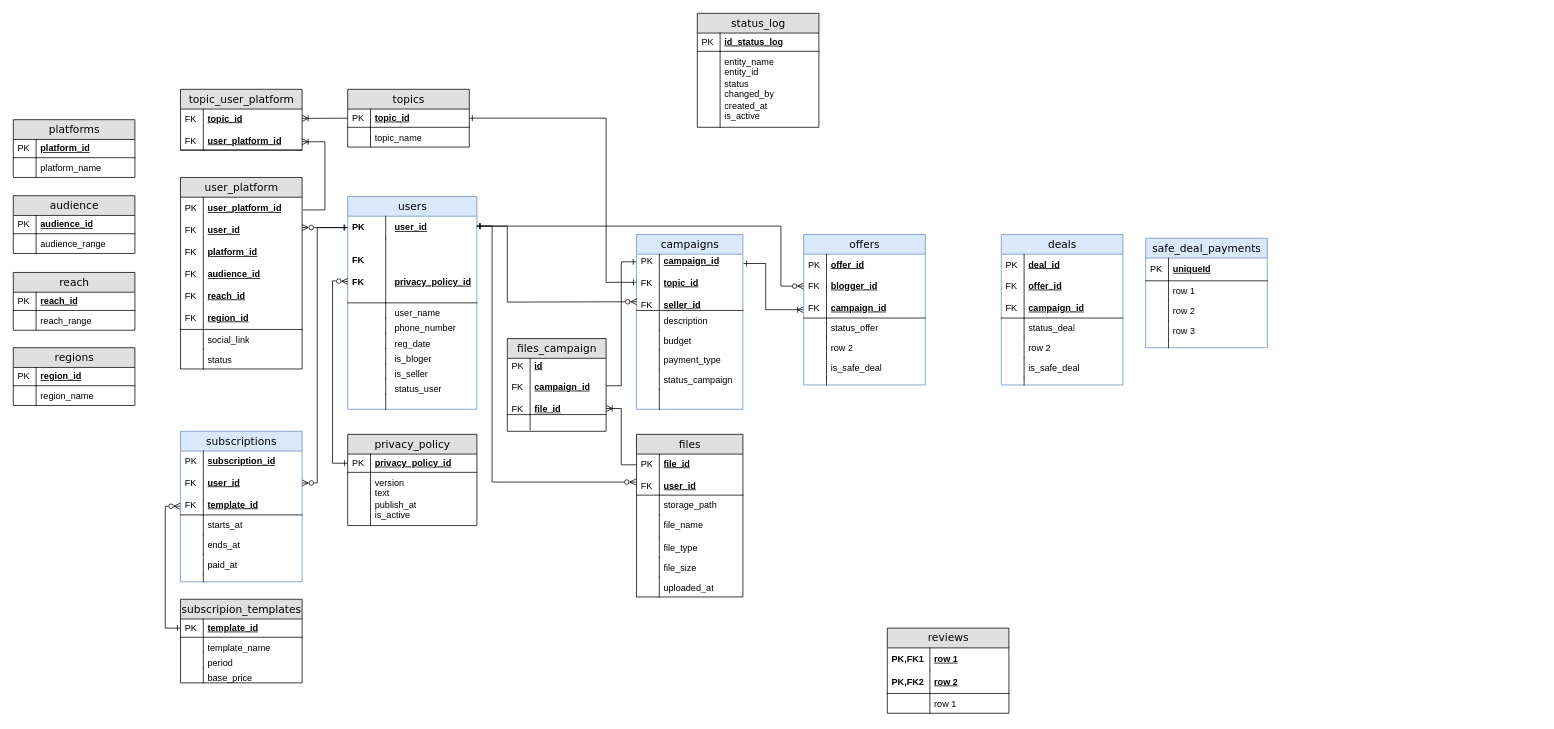
Earlier version of the draw.io diagram diagrams/erd.drawio.xml (NadezdaHope19/practice). Source tidied: cells renumbered, new cells numbered last; positions are measured from the earlier drawing's top-left corner, leaving out a move shared by most shapes. Both pictures are drawn from the tidied source at 76%, with x=0, y=0 at pixel (13, 13).
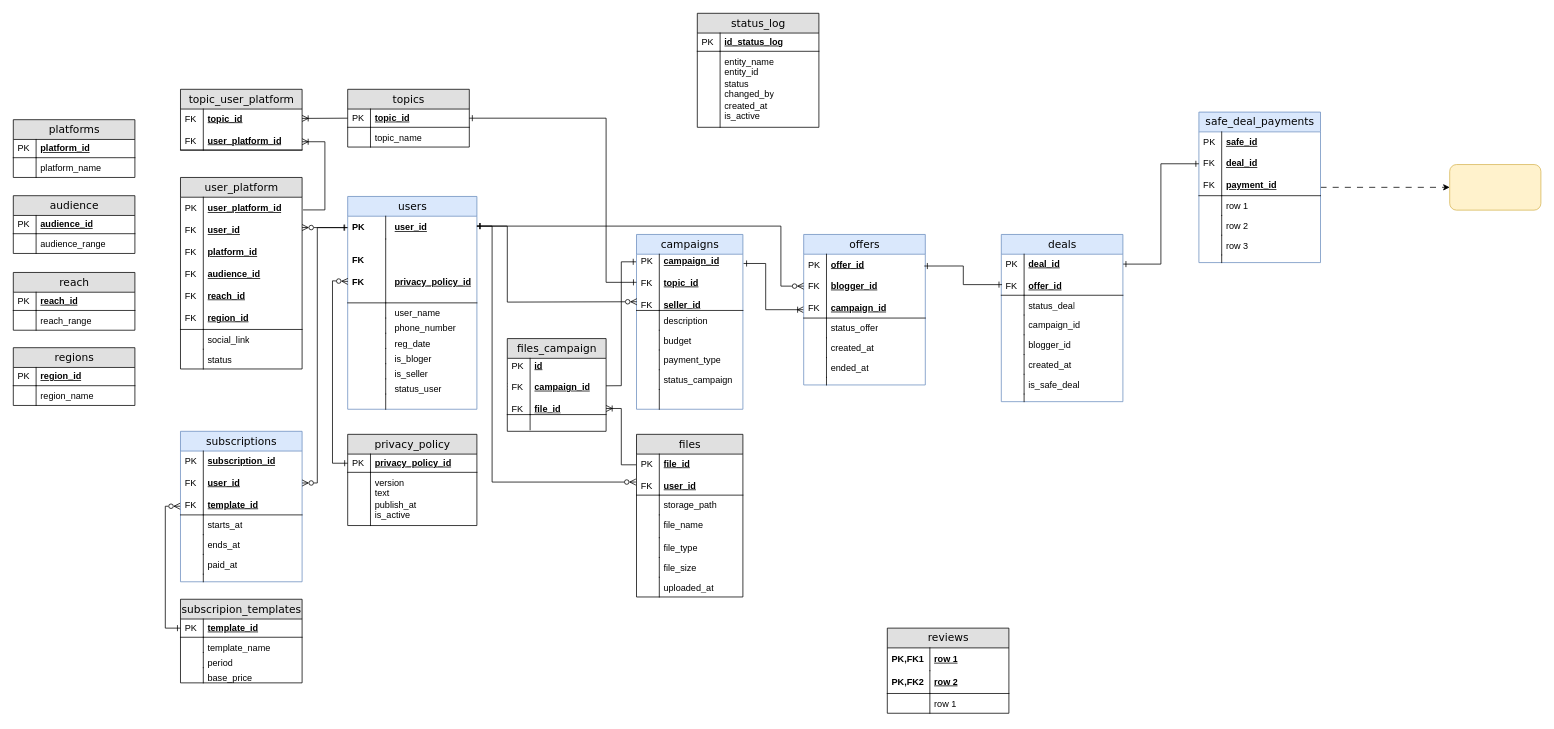
Above is the later version.

Unchanged cells that the change refers to:
```xml
<mxCell id="65" value="offers" style="swimlane;html=1;fontStyle=0;horizontal=1;startSize=26;fillColor=#dae8fc;swimlaneFillColor=#ffffff;align=center;rounded=0;shadow=0;comic=0;labelBackgroundColor=none;strokeWidth=1;fontFamily=Verdana;fontSize=14;strokeColor=#6c8ebf;" parent="1" vertex="1">
  <mxGeometry x="1040" y="291" width="160" height="198" as="geometry" />
</mxCell>
<mxCell id="66" value="offer_id&lt;div&gt;&lt;br&gt;&lt;/div&gt;&lt;div&gt;blogger_id&lt;br&gt;&lt;div&gt;&lt;br&gt;&lt;/div&gt;&lt;div&gt;campaign_id&lt;/div&gt;&lt;/div&gt;" style="shape=partialRectangle;top=0;left=0;right=0;bottom=1;html=1;align=left;verticalAlign=middle;fillColor=none;spacingLeft=34;spacingRight=4;whiteSpace=wrap;overflow=hidden;points=[[0,0.5],[1,0.5]];portConstraint=eastwest;fontStyle=5;" parent="65" vertex="1">
  <mxGeometry y="26" width="160" height="84" as="geometry" />
</mxCell>
```

What changed in the source:
```diff
@@
+    <mxCell id="170" style="edgeStyle=none;rounded=0;jettySize=auto;html=1;exitX=1;exitY=0.5;exitDx=0;exitDy=0;entryX=0;entryY=0.5;entryDx=0;entryDy=0;dashed=1;dashPattern=8 8;" parent="1" edge="1" source="36" target="177">
+      <mxGeometry relative="1" as="geometry" />
+    </mxCell>
     <mxCell id="36" value="safe_deal_payments" style="swimlane;html=1;fontStyle=0;horizontal=1;startSize=26;fillColor=#dae8fc;swimlaneFillColor=#ffffff;align=center;rounded=0;shadow=0;comic=0;labelBackgroundColor=none;strokeWidth=1;fontFamily=Verdana;fontSize=14;strokeColor=#6c8ebf;" parent="1" vertex="1">
-      <mxGeometry x="1490" y="296" width="160" height="144" as="geometry" />
+      <mxGeometry x="1560" y="130" width="160" height="198" as="geometry" />
     </mxCell>
-    <mxCell id="37" value="uniqueId" style="shape=partialRectangle;top=0;left=0;right=0;bottom=1;html=1;align=left;verticalAlign=middle;fillColor=none;spacingLeft=34;spacingRight=4;whiteSpace=wrap;overflow=hidden;points=[[0,0.5],[1,0.5]];portConstraint=eastwest;fontStyle=5;" parent="36" vertex="1">
-      <mxGeometry y="26" width="160" height="30" as="geometry" />
+    <mxCell id="37" value="safe_id&lt;div&gt;&lt;br&gt;&lt;/div&gt;&lt;div&gt;deal_id&lt;/div&gt;&lt;div&gt;&lt;br&gt;&lt;/div&gt;&lt;div&gt;payment_id&lt;/div&gt;" style="shape=partialRectangle;top=0;left=0;right=0;bottom=1;html=1;align=left;verticalAlign=middle;fillColor=none;spacingLeft=34;spacingRight=4;whiteSpace=wrap;overflow=hidden;points=[[0,0.5],[1,0.5]];portConstraint=eastwest;fontStyle=5;" parent="36" vertex="1">
+      <mxGeometry y="26" width="160" height="84" as="geometry" />
     </mxCell>
-    <mxCell id="38" value="PK" style="shape=partialRectangle;top=0;left=0;bottom=0;html=1;fillColor=none;align=left;verticalAlign=middle;spacingLeft=4;spacingRight=4;whiteSpace=wrap;overflow=hidden;" parent="37" vertex="1">
-      <mxGeometry width="30" height="30" as="geometry" />
+    <mxCell id="38" value="PK&lt;div&gt;&lt;br&gt;&lt;/div&gt;&lt;div&gt;FK&lt;/div&gt;&lt;div&gt;&lt;br&gt;&lt;/div&gt;&lt;div&gt;FK&lt;/div&gt;" style="shape=partialRectangle;top=0;left=0;bottom=0;html=1;fillColor=none;align=left;verticalAlign=middle;spacingLeft=4;spacingRight=4;whiteSpace=wrap;overflow=hidden;" parent="37" vertex="1">
+      <mxGeometry width="30" height="84" as="geometry" />
     </mxCell>
     <mxCell id="39" value="row 1" style="shape=partialRectangle;top=0;left=0;right=0;bottom=0;html=1;align=left;verticalAlign=top;fillColor=none;spacingLeft=34;spacingRight=4;whiteSpace=wrap;overflow=hidden;" parent="36" vertex="1">
-      <mxGeometry y="56" width="160" height="26" as="geometry" />
+      <mxGeometry y="110" width="160" height="26" as="geometry" />
     </mxCell>
@@
     <mxCell id="41" value="row 2" style="shape=partialRectangle;top=0;left=0;right=0;bottom=0;html=1;align=left;verticalAlign=top;fillColor=none;spacingLeft=34;spacingRight=4;whiteSpace=wrap;overflow=hidden;" parent="36" vertex="1">
-      <mxGeometry y="82" width="160" height="26" as="geometry" />
+      <mxGeometry y="136" width="160" height="26" as="geometry" />
     </mxCell>
@@
     <mxCell id="43" value="row 3" style="shape=partialRectangle;top=0;left=0;right=0;bottom=0;html=1;align=left;verticalAlign=top;fillColor=none;spacingLeft=34;spacingRight=4;whiteSpace=wrap;overflow=hidden;" parent="36" vertex="1">
-      <mxGeometry y="108" width="160" height="26" as="geometry" />
+      <mxGeometry y="162" width="160" height="26" as="geometry" />
     </mxCell>
@@
     <mxCell id="45" style="shape=partialRectangle;top=0;left=0;right=0;bottom=0;html=1;align=left;verticalAlign=top;fillColor=none;spacingLeft=34;spacingRight=4;whiteSpace=wrap;overflow=hidden;" parent="36" vertex="1">
-      <mxGeometry y="134" width="160" height="10" as="geometry" />
+      <mxGeometry y="188" width="160" height="10" as="geometry" />
     </mxCell>
@@
-    <mxCell id="70" value="row 2" style="shape=partialRectangle;top=0;left=0;right=0;bottom=0;html=1;align=left;verticalAlign=top;fillColor=none;spacingLeft=34;spacingRight=4;whiteSpace=wrap;overflow=hidden;" parent="65" vertex="1">
+    <mxCell id="70" value="created_at" style="shape=partialRectangle;top=0;left=0;right=0;bottom=0;html=1;align=left;verticalAlign=top;fillColor=none;spacingLeft=34;spacingRight=4;whiteSpace=wrap;overflow=hidden;" parent="65" vertex="1">
       <mxGeometry y="136" width="160" height="26" as="geometry" />
     </mxCell>
@@
-    <mxCell id="72" value="is_safe_deal" style="shape=partialRectangle;top=0;left=0;right=0;bottom=0;html=1;align=left;verticalAlign=top;fillColor=none;spacingLeft=34;spacingRight=4;whiteSpace=wrap;overflow=hidden;" parent="65" vertex="1">
+    <mxCell id="72" value="ended_at" style="shape=partialRectangle;top=0;left=0;right=0;bottom=0;html=1;align=left;verticalAlign=top;fillColor=none;spacingLeft=34;spacingRight=4;whiteSpace=wrap;overflow=hidden;" parent="65" vertex="1">
       <mxGeometry y="162" width="160" height="26" as="geometry" />
     </mxCell>
@@
+    <mxCell id="171" style="edgeStyle=none;rounded=0;jettySize=auto;html=1;entryX=0;entryY=0.5;entryDx=0;entryDy=0;startArrow=ERone;startFill=0;endArrow=ERone;endFill=0;" parent="1" edge="1" target="37">
+      <mxGeometry relative="1" as="geometry">
+        <mxPoint x="1460" y="330" as="sourcePoint" />
+        <Array as="points">
+          <mxPoint x="1510" y="330" />
+          <mxPoint x="1510" y="198" />
+        </Array>
+      </mxGeometry>
+    </mxCell>
     <mxCell id="159" value="deals" style="swimlane;html=1;fontStyle=0;horizontal=1;startSize=26;fillColor=#dae8fc;swimlaneFillColor=#ffffff;align=center;rounded=0;shadow=0;comic=0;labelBackgroundColor=none;strokeWidth=1;fontFamily=Verdana;fontSize=14;strokeColor=#6c8ebf;" parent="1" vertex="1">
-      <mxGeometry x="1300" y="291" width="160" height="198" as="geometry" />
+      <mxGeometry x="1300" y="291" width="160" height="220" as="geometry" />
     </mxCell>
-    <mxCell id="160" value="deal_id&lt;div&gt;&lt;br&gt;&lt;/div&gt;&lt;div&gt;offer_id&lt;br&gt;&lt;div&gt;&lt;br&gt;&lt;/div&gt;&lt;div&gt;campaign_id&lt;/div&gt;&lt;/div&gt;" style="shape=partialRectangle;top=0;left=0;right=0;bottom=1;html=1;align=left;verticalAlign=middle;fillColor=none;spacingLeft=34;spacingRight=4;whiteSpace=wrap;overflow=hidden;points=[[0,0.5],[1,0.5]];portConstraint=eastwest;fontStyle=5;" parent="159" vertex="1">
-      <mxGeometry y="26" width="160" height="84" as="geometry" />
+    <mxCell id="160" value="deal_id&lt;div&gt;&lt;br&gt;&lt;/div&gt;&lt;div&gt;offer_id&lt;/div&gt;" style="shape=partialRectangle;top=0;left=0;right=0;bottom=1;html=1;align=left;verticalAlign=middle;fillColor=none;spacingLeft=34;spacingRight=4;whiteSpace=wrap;overflow=hidden;points=[[0,0.5],[1,0.5]];portConstraint=eastwest;fontStyle=5;" parent="159" vertex="1">
+      <mxGeometry y="26" width="160" height="54" as="geometry" />
     </mxCell>
-    <mxCell id="161" value="PK&lt;div&gt;&lt;br&gt;&lt;/div&gt;&lt;div&gt;FK&lt;/div&gt;&lt;div&gt;&lt;br&gt;&lt;/div&gt;&lt;div&gt;FK&lt;/div&gt;" style="shape=partialRectangle;top=0;left=0;bottom=0;html=1;fillColor=none;align=left;verticalAlign=middle;spacingLeft=4;spacingRight=4;whiteSpace=wrap;overflow=hidden;" parent="160" vertex="1">
-      <mxGeometry width="30" height="84" as="geometry" />
+    <mxCell id="161" value="PK&lt;div&gt;&lt;br&gt;&lt;/div&gt;&lt;div&gt;FK&lt;/div&gt;" style="shape=partialRectangle;top=0;left=0;bottom=0;html=1;fillColor=none;align=left;verticalAlign=middle;spacingLeft=4;spacingRight=4;whiteSpace=wrap;overflow=hidden;" parent="160" vertex="1">
+      <mxGeometry width="30" height="54" as="geometry" />
     </mxCell>
     <mxCell id="162" value="status_deal" style="shape=partialRectangle;top=0;left=0;right=0;bottom=0;html=1;align=left;verticalAlign=top;fillColor=none;spacingLeft=34;spacingRight=4;whiteSpace=wrap;overflow=hidden;" parent="159" vertex="1">
-      <mxGeometry y="110" width="160" height="26" as="geometry" />
+      <mxGeometry y="80" width="160" height="26" as="geometry" />
     </mxCell>
@@
-    <mxCell id="164" value="row 2" style="shape=partialRectangle;top=0;left=0;right=0;bottom=0;html=1;align=left;verticalAlign=top;fillColor=none;spacingLeft=34;spacingRight=4;whiteSpace=wrap;overflow=hidden;" parent="159" vertex="1">
-      <mxGeometry y="136" width="160" height="26" as="geometry" />
+    <mxCell id="164" value="campaign_id" style="shape=partialRectangle;top=0;left=0;right=0;bottom=0;html=1;align=left;verticalAlign=top;fillColor=none;spacingLeft=34;spacingRight=4;whiteSpace=wrap;overflow=hidden;" parent="159" vertex="1">
+      <mxGeometry y="106" width="160" height="26" as="geometry" />
     </mxCell>
@@
+    <mxCell id="172" value="blogger_id" style="shape=partialRectangle;top=0;left=0;right=0;bottom=0;html=1;align=left;verticalAlign=top;fillColor=none;spacingLeft=34;spacingRight=4;whiteSpace=wrap;overflow=hidden;" parent="159" vertex="1">
+      <mxGeometry y="132" width="160" height="26" as="geometry" />
+    </mxCell>
+    <mxCell id="173" style="shape=partialRectangle;top=0;left=0;bottom=0;html=1;fillColor=none;align=left;verticalAlign=top;spacingLeft=4;spacingRight=4;whiteSpace=wrap;overflow=hidden;" parent="172" vertex="1">
+      <mxGeometry width="30" height="26" as="geometry" />
+    </mxCell>
+    <mxCell id="174" value="created_at" style="shape=partialRectangle;top=0;left=0;right=0;bottom=0;html=1;align=left;verticalAlign=top;fillColor=none;spacingLeft=34;spacingRight=4;whiteSpace=wrap;overflow=hidden;" parent="159" vertex="1">
+      <mxGeometry y="158" width="160" height="26" as="geometry" />
+    </mxCell>
+    <mxCell id="175" style="shape=partialRectangle;top=0;left=0;bottom=0;html=1;fillColor=none;align=left;verticalAlign=top;spacingLeft=4;spacingRight=4;whiteSpace=wrap;overflow=hidden;" parent="174" vertex="1">
+      <mxGeometry width="30" height="26" as="geometry" />
+    </mxCell>
     <mxCell id="166" value="is_safe_deal" style="shape=partialRectangle;top=0;left=0;right=0;bottom=0;html=1;align=left;verticalAlign=top;fillColor=none;spacingLeft=34;spacingRight=4;whiteSpace=wrap;overflow=hidden;" parent="159" vertex="1">
-      <mxGeometry y="162" width="160" height="26" as="geometry" />
+      <mxGeometry y="184" width="160" height="26" as="geometry" />
     </mxCell>
@@
     <mxCell id="168" style="shape=partialRectangle;top=0;left=0;right=0;bottom=0;html=1;align=left;verticalAlign=top;fillColor=none;spacingLeft=34;spacingRight=4;whiteSpace=wrap;overflow=hidden;" parent="159" vertex="1">
-      <mxGeometry y="188" width="160" height="10" as="geometry" />
+      <mxGeometry y="210" width="160" height="10" as="geometry" />
     </mxCell>
@@
+    <mxCell id="176" style="edgeStyle=none;rounded=0;jettySize=auto;html=1;exitX=0.992;exitY=0.185;exitDx=0;exitDy=0;entryX=0.006;entryY=0.741;entryDx=0;entryDy=0;entryPerimeter=0;exitPerimeter=0;startArrow=ERone;startFill=0;endArrow=ERone;endFill=0;" parent="1" edge="1" source="66" target="160">
+      <mxGeometry relative="1" as="geometry">
+        <Array as="points">
+          <mxPoint x="1250" y="332.5" />
+          <mxPoint x="1250" y="357" />
+        </Array>
+      </mxGeometry>
+    </mxCell>
+    <mxCell id="177" style="rounded=1;whiteSpace=wrap;html=1;fillColor=#fff2cc;strokeColor=#d6b656;" parent="1" vertex="1">
+      <mxGeometry x="1890" y="199" width="120" height="60" as="geometry" />
+    </mxCell>
```
